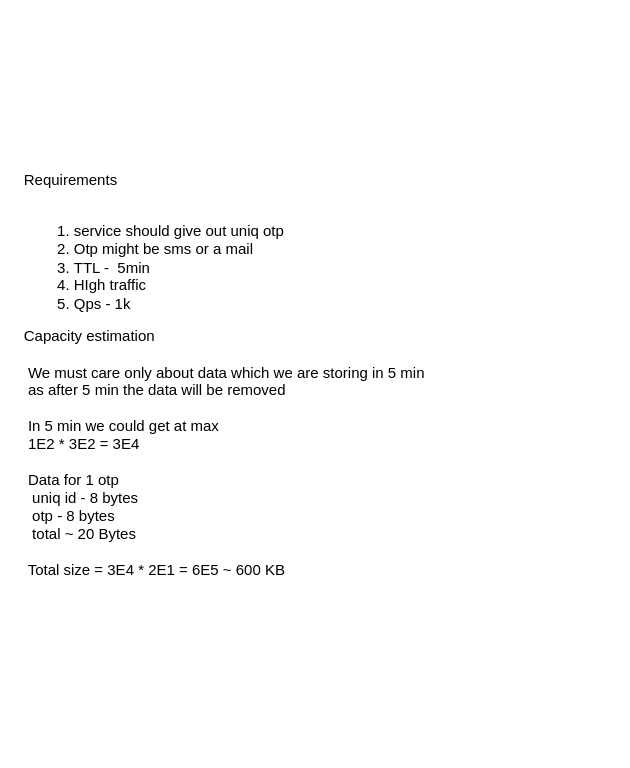
Before: OTP Service.drawio in ashtnemi448/Ashtnemi-System-Design, a draw.io diagram. Source tidied: cells renumbered, new cells numbered last; positions are measured from the earlier drawing's top-left corner, leaving out a move shared by most shapes. Both pictures are drawn from the tidied source at 125%, with x=0, y=0 at pixel (21, 21).
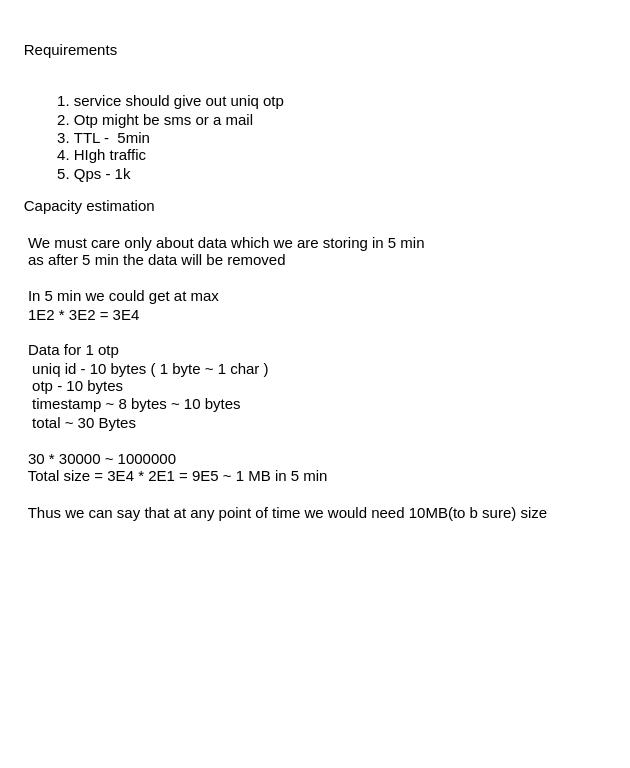
After the change.

Change to the diagram source:
```diff
@@
 <mxGraphModel>
   <root>
     <mxCell id="0" />
     <mxCell id="1" parent="0" />
-    <mxCell id="2" value="Requirements&lt;br&gt;&lt;br&gt;&lt;ol&gt;&lt;li&gt;service should give out uniq otp&lt;/li&gt;&lt;li&gt;Otp might be sms or a mail&lt;/li&gt;&lt;li&gt;TTL -&amp;nbsp; 5min&lt;/li&gt;&lt;li&gt;HIgh traffic&amp;nbsp;&lt;/li&gt;&lt;li&gt;Qps - 1k&lt;/li&gt;&lt;/ol&gt;&lt;div&gt;Capacity estimation&lt;/div&gt;&lt;div&gt;&lt;br&gt;&lt;/div&gt;&lt;div&gt;&lt;span style=&quot;white-space: pre&quot;&gt; &lt;/span&gt;We must care only about data which we are storing in 5 min&lt;br&gt;&lt;/div&gt;&lt;div&gt;&lt;span style=&quot;white-space: pre&quot;&gt;&lt;span style=&quot;white-space: pre&quot;&gt; &lt;/span&gt;as after 5 min the data will be removed&lt;/span&gt;&lt;/div&gt;&lt;div&gt;&lt;span style=&quot;white-space: pre&quot;&gt; &lt;/span&gt;&lt;br&gt;&lt;/div&gt;&lt;div&gt;&lt;span style=&quot;white-space: pre&quot;&gt; &lt;/span&gt;In 5 min we could get at max&amp;nbsp;&lt;br&gt;&lt;/div&gt;&lt;div&gt;&lt;span style=&quot;white-space: pre&quot;&gt;&lt;span style=&quot;white-space: pre&quot;&gt; &lt;/span&gt;1E2 * 3E2 = 3E4&lt;/span&gt;&lt;br&gt;&lt;/div&gt;&lt;div&gt;&lt;span style=&quot;white-space: pre&quot;&gt;&lt;span style=&quot;white-space: pre&quot;&gt; &lt;/span&gt;&lt;br&gt;&lt;/span&gt;&lt;/div&gt;&lt;div&gt;&lt;span style=&quot;white-space: pre&quot;&gt; &lt;/span&gt;Data for 1 otp&amp;nbsp;&lt;br&gt;&lt;/div&gt;&lt;div&gt;&lt;span style=&quot;white-space: pre&quot;&gt; &lt;span style=&quot;white-space: pre&quot;&gt; &lt;/span&gt;&lt;/span&gt;uniq id - 8 bytes&amp;nbsp;&lt;br&gt;&lt;/div&gt;&lt;div&gt;&lt;span style=&quot;white-space: pre&quot;&gt;&lt;span style=&quot;white-space: pre&quot;&gt; &lt;/span&gt;&lt;span style=&quot;white-space: pre&quot;&gt; &lt;/span&gt;otp - 8 bytes  &lt;span style=&quot;white-space: pre&quot;&gt; &lt;/span&gt;&lt;/span&gt;&lt;br&gt;&lt;/div&gt;&lt;div&gt;&lt;span style=&quot;white-space: pre&quot;&gt;&lt;span style=&quot;white-space: pre&quot;&gt; &lt;span style=&quot;white-space: pre&quot;&gt; &lt;/span&gt;t&lt;/span&gt;otal ~ 20 Bytes &lt;br&gt;&lt;/span&gt;&lt;/div&gt;&lt;div&gt;&lt;span style=&quot;white-space: pre&quot;&gt;&lt;br&gt;&lt;/span&gt;&lt;/div&gt;&lt;div&gt;&lt;span style=&quot;white-space: pre&quot;&gt;&lt;span style=&quot;white-space: pre&quot;&gt; &lt;/span&gt;Total size = 3E4 * 2E1 = 6E5 ~ 600 KB&lt;br&gt;&lt;/span&gt;&lt;/div&gt;&lt;div&gt;&lt;span style=&quot;white-space: pre&quot;&gt;&lt;br&gt;&lt;/span&gt;&lt;/div&gt;" style="text;html=1;strokeColor=none;fillColor=none;align=left;verticalAlign=middle;whiteSpace=wrap;rounded=0;" parent="1" vertex="1">
-      <mxGeometry width="410" height="580" as="geometry" />
+    <mxCell id="2" value="Requirements&lt;br&gt;&lt;br&gt;&lt;ol&gt;&lt;li&gt;service should give out uniq otp&lt;/li&gt;&lt;li&gt;Otp might be sms or a mail&lt;/li&gt;&lt;li&gt;TTL -&amp;nbsp; 5min&lt;/li&gt;&lt;li&gt;HIgh traffic&amp;nbsp;&lt;/li&gt;&lt;li&gt;Qps - 1k&lt;/li&gt;&lt;/ol&gt;&lt;div&gt;Capacity estimation&lt;/div&gt;&lt;div&gt;&lt;br&gt;&lt;/div&gt;&lt;div&gt;&lt;span style=&quot;white-space: pre&quot;&gt; &lt;/span&gt;We must care only about data which we are storing in 5 min&lt;br&gt;&lt;/div&gt;&lt;div&gt;&lt;span style=&quot;white-space: pre&quot;&gt;&lt;span style=&quot;white-space: pre&quot;&gt; &lt;/span&gt;as after 5 min the data will be removed&lt;/span&gt;&lt;/div&gt;&lt;div&gt;&lt;span style=&quot;white-space: pre&quot;&gt; &lt;/span&gt;&lt;br&gt;&lt;/div&gt;&lt;div&gt;&lt;span style=&quot;white-space: pre&quot;&gt; &lt;/span&gt;In 5 min we could get at max&amp;nbsp;&lt;br&gt;&lt;/div&gt;&lt;div&gt;&lt;span style=&quot;white-space: pre&quot;&gt;&lt;span style=&quot;white-space: pre&quot;&gt; &lt;/span&gt;1E2 * 3E2 = 3E4&lt;/span&gt;&lt;br&gt;&lt;/div&gt;&lt;div&gt;&lt;span style=&quot;white-space: pre&quot;&gt;&lt;span style=&quot;white-space: pre&quot;&gt; &lt;/span&gt;&lt;br&gt;&lt;/span&gt;&lt;/div&gt;&lt;div&gt;&lt;span style=&quot;white-space: pre&quot;&gt; &lt;/span&gt;Data for 1 otp&amp;nbsp;&lt;br&gt;&lt;/div&gt;&lt;div&gt;&lt;span style=&quot;white-space: pre&quot;&gt; &lt;span style=&quot;white-space: pre&quot;&gt; &lt;/span&gt;&lt;/span&gt;uniq id - 10 bytes ( 1 byte ~ 1 char )&amp;nbsp;&amp;nbsp;&lt;br&gt;&lt;/div&gt;&lt;div&gt;&lt;span style=&quot;white-space: pre&quot;&gt;&lt;span style=&quot;white-space: pre&quot;&gt; &lt;/span&gt;&lt;span style=&quot;white-space: pre&quot;&gt; &lt;/span&gt;otp - 10 bytes  &lt;span style=&quot;white-space: pre&quot;&gt; &lt;/span&gt;&lt;/span&gt;&lt;br&gt;&lt;/div&gt;&lt;div&gt;&lt;span style=&quot;white-space: pre&quot;&gt; &lt;/span&gt;&lt;span style=&quot;white-space: pre&quot;&gt; &lt;/span&gt;timestamp ~ 8 bytes ~ 10 bytes&lt;br&gt;&lt;/div&gt;&lt;div&gt;&lt;span style=&quot;white-space: pre&quot;&gt;&lt;span style=&quot;white-space: pre&quot;&gt; &lt;span style=&quot;white-space: pre&quot;&gt; &lt;/span&gt;t&lt;/span&gt;otal ~ 30 Bytes &lt;br&gt;&lt;/span&gt;&lt;/div&gt;&lt;div&gt;&lt;/div&gt;&lt;div&gt;&lt;span style=&quot;white-space: pre&quot;&gt;&lt;span style=&quot;white-space: pre&quot;&gt; &lt;/span&gt;&lt;span style=&quot;white-space: pre&quot;&gt; &lt;/span&gt;&lt;br&gt;&lt;/span&gt;&lt;/div&gt;&lt;div&gt;&lt;span style=&quot;white-space: pre&quot;&gt;&lt;span style=&quot;white-space: pre&quot;&gt; &lt;/span&gt;30 * 30000 ~ 1000000&lt;br&gt;&lt;/span&gt;&lt;/div&gt;&lt;div&gt;&lt;span style=&quot;white-space: pre&quot;&gt;&lt;span style=&quot;white-space: pre&quot;&gt; &lt;/span&gt;Total size = 3E4 * 2E1 = 9E5 ~ 1 MB in 5 min&lt;br&gt;&lt;/span&gt;&lt;/div&gt;&lt;div&gt;&lt;span style=&quot;white-space: pre&quot;&gt;&lt;span style=&quot;white-space: pre&quot;&gt; &lt;/span&gt;&lt;br&gt;&lt;/span&gt;&lt;/div&gt;&lt;div&gt;&lt;span style=&quot;white-space: pre&quot;&gt; &lt;/span&gt;Thus we can say that at any point of time we would need 10MB(to b sure) size&amp;nbsp;&lt;br&gt;&lt;/div&gt;&lt;div&gt;&lt;span style=&quot;white-space: pre&quot;&gt;&lt;br&gt;&lt;/span&gt;&lt;/div&gt;" style="text;html=1;strokeColor=none;fillColor=none;align=left;verticalAlign=middle;whiteSpace=wrap;rounded=0;" parent="1" vertex="1">
+      <mxGeometry width="470" height="430" as="geometry" />
     </mxCell>
   </root>
 </mxGraphModel>
```
